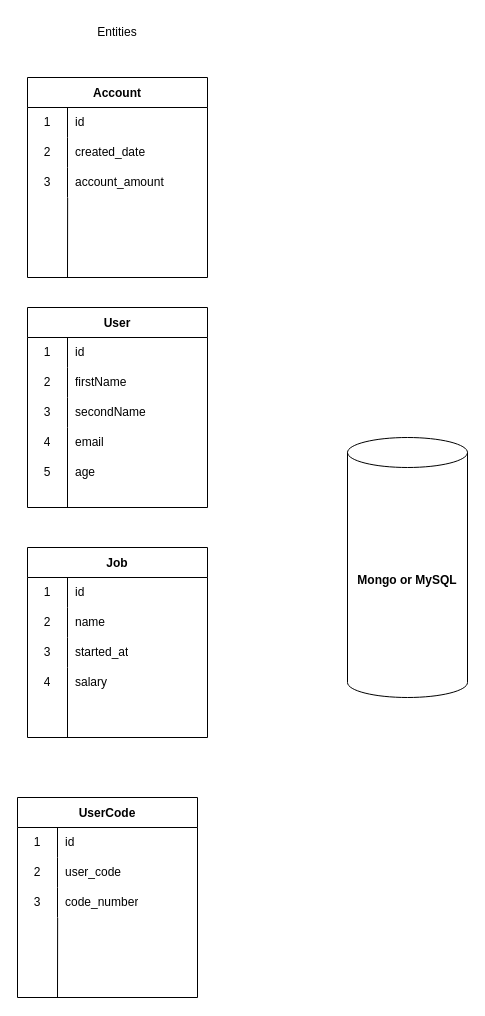
Before: entities.drawio in vladik9/Java-Spring-JPA-ORM, a draw.io diagram. Source tidied: cells renumbered, new cells numbered last; positions are measured from the earlier drawing's top-left corner, leaving out a move shared by most shapes. Both pictures are drawn from the tidied source at 100%, with x=0, y=0 at pixel (17, 17).
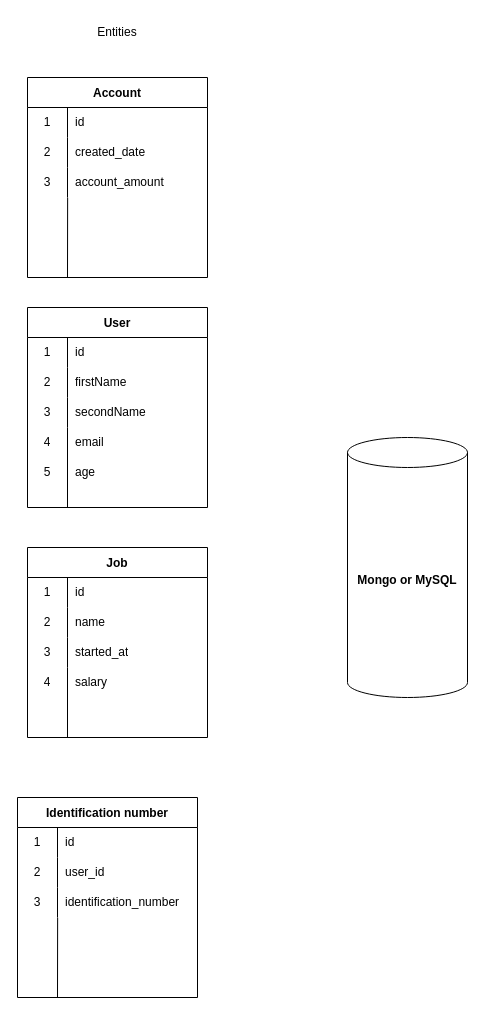
Above is the later version.

The change refers to these unchanged cells:
```xml
<mxCell id="43" style="shape=tableRow;horizontal=0;startSize=0;swimlaneHead=0;swimlaneBody=0;top=0;left=0;bottom=0;right=0;fillColor=none;" parent="39" vertex="1">
  <mxGeometry y="60" width="180" height="30" as="geometry" />
</mxCell>
<mxCell id="46" style="shape=tableRow;horizontal=0;startSize=0;swimlaneHead=0;swimlaneBody=0;top=0;left=0;bottom=0;right=0;fillColor=none;points=[[0,0.5],[1,0.5]];portConstraint=eastwest;" parent="39" vertex="1">
  <mxGeometry y="90" width="180" height="30" as="geometry" />
</mxCell>
```

Diff of the diagram source:
```diff
@@
-    <mxCell id="39" value="UserCode" style="shape=table;startSize=30;childLayout=tableLayout;rowLines=0;fontStyle=1;" parent="1" vertex="1">
+    <mxCell id="39" value="Identification number" style="shape=table;startSize=30;childLayout=tableLayout;rowLines=0;fontStyle=1;" parent="1" vertex="1">
       <mxGeometry y="780" width="180" height="200" as="geometry" />
     </mxCell>
@@
-    <mxCell id="45" value="user_code" style="shape=partialRectangle;html=1;whiteSpace=wrap;fillColor=none;top=0;left=0;bottom=0;right=0;align=left;spacingLeft=6;overflow=hidden;" parent="43" vertex="1">
+    <mxCell id="45" value="user_id" style="shape=partialRectangle;html=1;whiteSpace=wrap;fillColor=none;top=0;left=0;bottom=0;right=0;align=left;spacingLeft=6;overflow=hidden;" parent="43" vertex="1">
       <mxGeometry x="40" width="140" height="30" as="geometry" />
     </mxCell>
@@
-    <mxCell id="48" value="code_number" style="shape=partialRectangle;html=1;whiteSpace=wrap;fillColor=none;top=0;left=0;bottom=0;right=0;align=left;spacingLeft=6;overflow=hidden;" parent="46" vertex="1">
+    <mxCell id="48" value="identification_number" style="shape=partialRectangle;html=1;whiteSpace=wrap;fillColor=none;top=0;left=0;bottom=0;right=0;align=left;spacingLeft=6;overflow=hidden;" parent="46" vertex="1">
       <mxGeometry x="40" width="140" height="30" as="geometry" />
     </mxCell>
```
